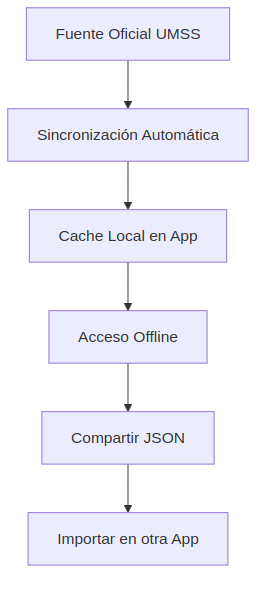
Above: images/diagrams/area_flujo_datos.png in smith-3/Taller-Grado-II (Mermaid), before the change. Its source is kept beside it as images/diagrams/area_flujo_datos.mmd. The source it was exported from:
```mermaid
flowchart TD
    A[Fuente Oficial UMSS] --> B[Sincronización Automática]
    B --> C[Cache Local en App]
    C --> D[Acceso Offline]
    D --> E[Compartir JSON]
    E --> F[Importar en otra App]
```
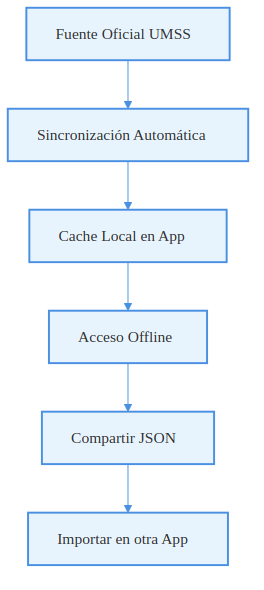
After the change.

The edit, as a diff of the source:
```diff
@@ -1,6 +1,23 @@
+%%{init: {
+  "theme": "base",
+  "themeVariables": {
+    "primaryColor": "#E8F4FD",
+    "primaryBorderColor": "#4A90E2",
+    "primaryTextColor": "#333",
+    "lineColor": "#4A90E2",
+    "fontSize": "16px",
+    "fontFamily": "Arial, sans-serif"
+  }
+}}%%
 flowchart TD
-    A[Fuente Oficial UMSS] --> B[Sincronización Automática]
-    B --> C[Cache Local en App]
-    C --> D[Acceso Offline]
-    D --> E[Compartir JSON]
-    E --> F[Importar en otra App]
+    A[Fuente Oficial UMSS]
+    B[Sincronización Automática]
+    C[Cache Local en App]
+    D[Acceso Offline]
+    E[Compartir JSON]
+    F[Importar en otra App]
+
+    A --> B --> C --> D --> E --> F
+
+    classDef paso fill:#E8F4FD,stroke:#4A90E2,color:#333,stroke-width:2px;
+    class A,B,C,D,E,F paso;
```
